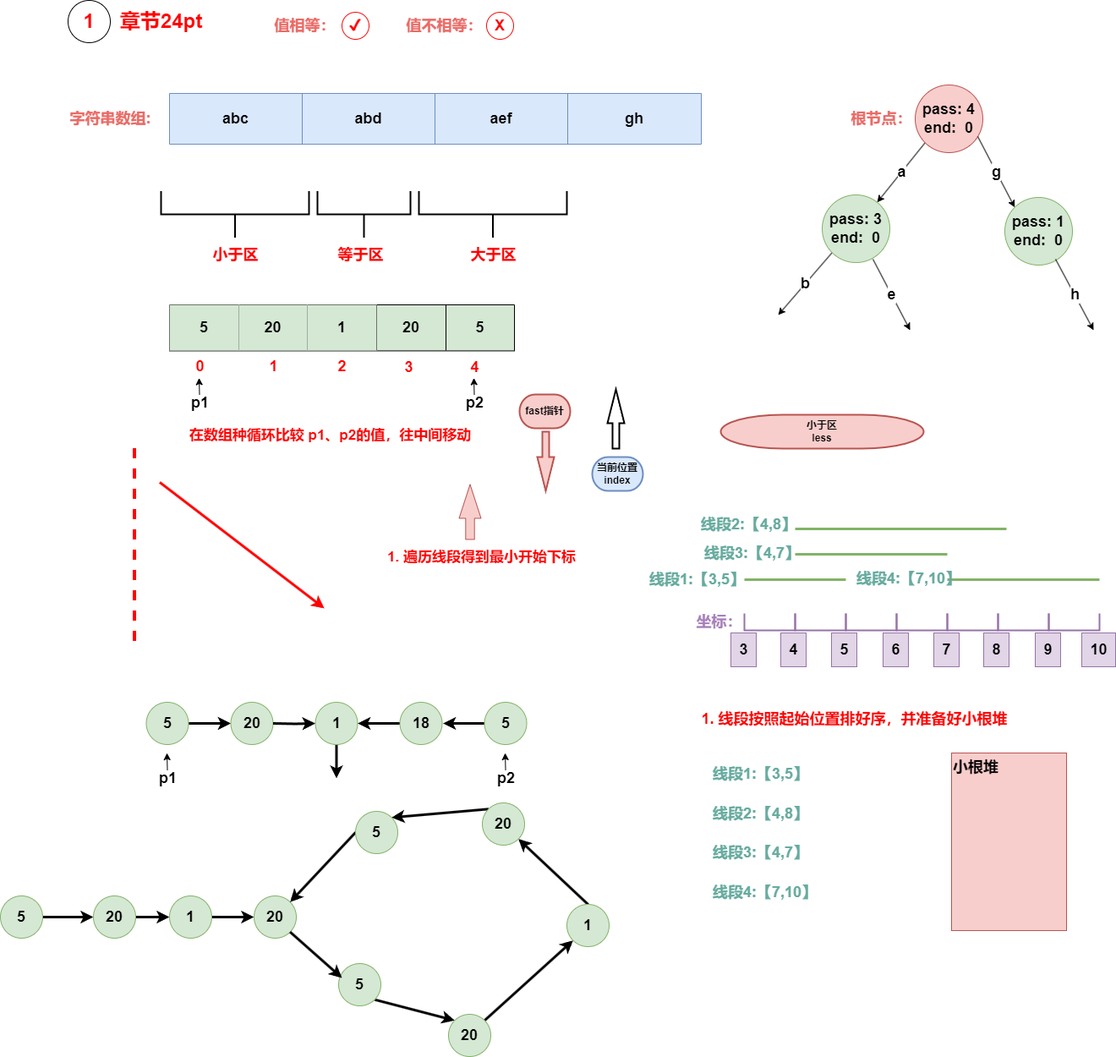
This is algrithem/style_composite.drawio.png from muxicode/c153080686, a draw.io export, as it was before one commit. Source tidied: cells renumbered, new cells last; positions are measured from the earlier drawing's top-left corner, leaving out a move shared by most shapes.
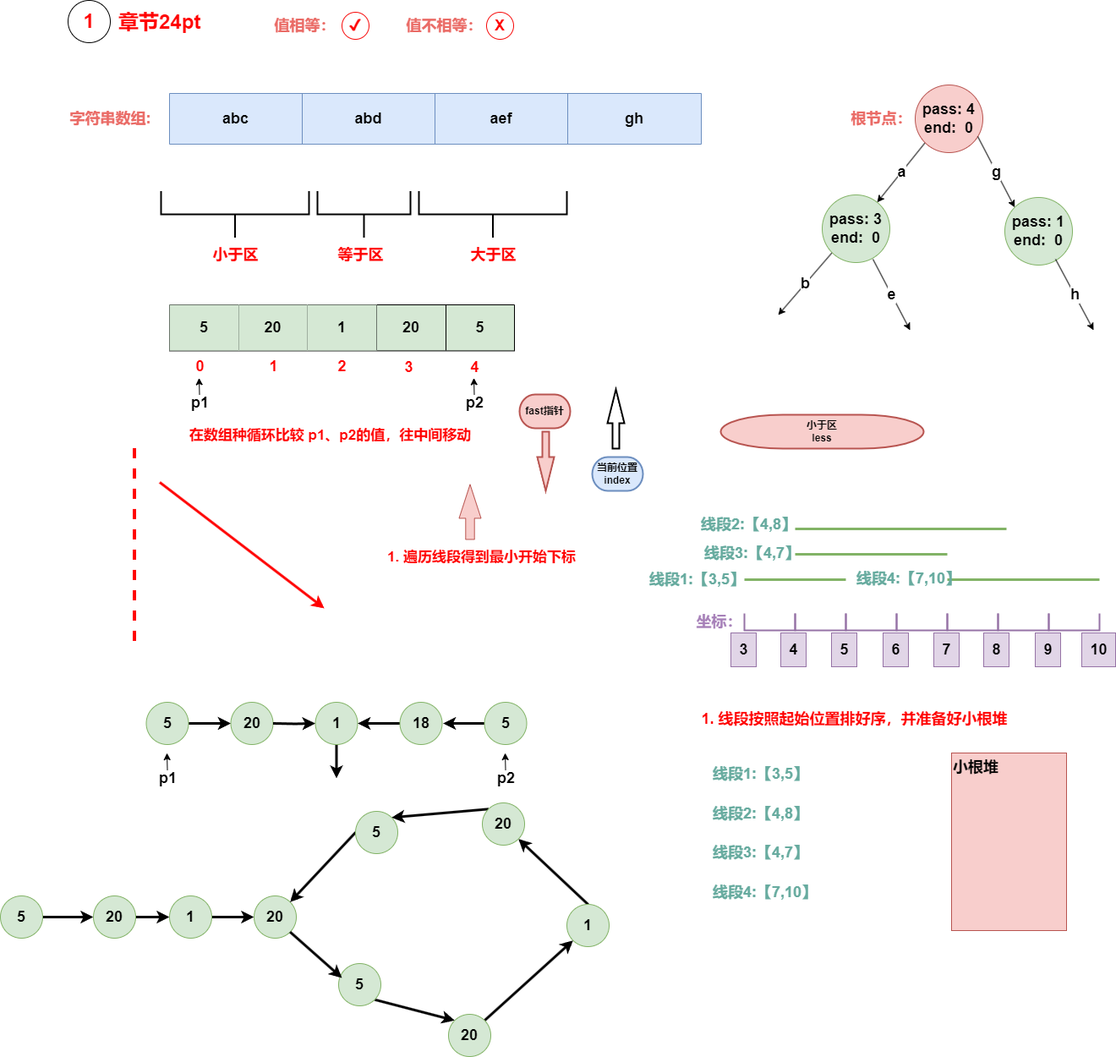
After the change.

What changed in the source:
```diff
@@ -210,8 +210,8 @@
     <mxCell id="61" value="&lt;font color=&quot;#ff0000&quot; style=&quot;font-size: 24px;&quot;&gt;1&lt;/font&gt;" style="ellipse;whiteSpace=wrap;html=1;fontStyle=1;" parent="1" vertex="1">
       <mxGeometry x="80" width="50" height="50" as="geometry" />
     </mxCell>
-    <mxCell id="62" value="&lt;font color=&quot;#ff0000&quot;&gt;&lt;span style=&quot;font-size: 24px;&quot;&gt;章节24pt&lt;/span&gt;&lt;/font&gt;" style="text;html=1;align=center;verticalAlign=middle;strokeColor=none;fillColor=none;fontStyle=1;fontSize=16;" parent="1" vertex="1">
-      <mxGeometry x="130" y="5" width="120" height="40" as="geometry" />
+    <mxCell id="62" value="&lt;font color=&quot;#ff0000&quot;&gt;&lt;span style=&quot;font-size: 24px;&quot;&gt;章节24pt&lt;/span&gt;&lt;/font&gt;" style="text;html=1;align=left;verticalAlign=middle;strokeColor=none;fillColor=none;fontStyle=1;fontSize=16;" parent="1" vertex="1">
+      <mxGeometry x="137.5" y="6" width="120" height="40" as="geometry" />
     </mxCell>
     <mxCell id="63" value="&lt;font color=&quot;#ff0000&quot; style=&quot;font-size: 18px;&quot;&gt;&lt;span style=&quot;font-size: 18px;&quot;&gt;✔&lt;/span&gt;&lt;/font&gt;" style="ellipse;whiteSpace=wrap;html=1;strokeColor=#f70808;fillColor=none;fontStyle=1;fontSize=18;" parent="1" vertex="1">
       <mxGeometry x="404" y="14" width="32" height="32" as="geometry" />
```
